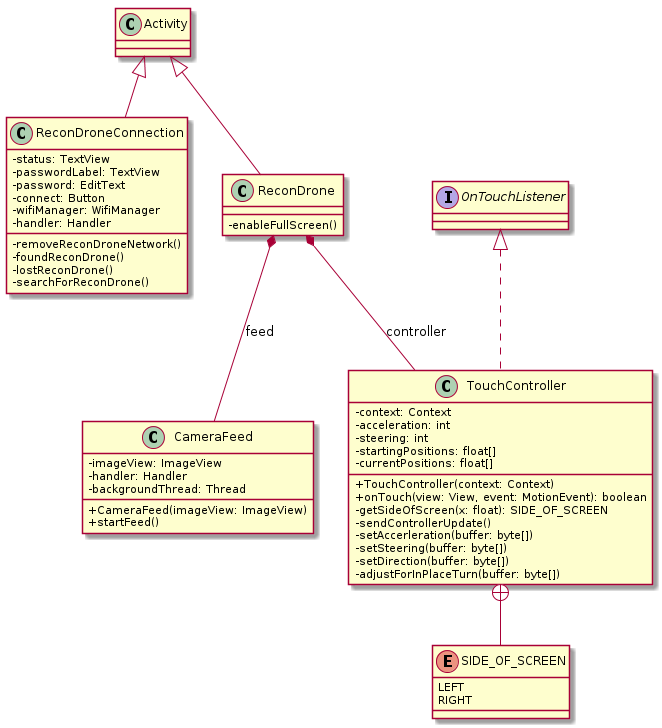
Before: doc/imgs/diagram-classes.png, a diagram exported from PlantUML (MHaselmaier/modular-recon-drone).
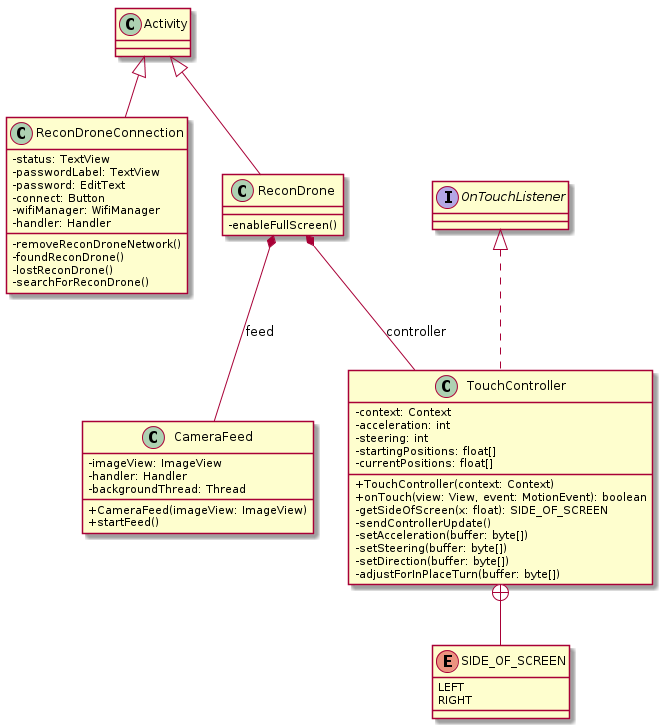
After the change.

Change to the diagram source:
```diff
@@ -25,7 +25,7 @@
     + onTouch(view: View, event: MotionEvent): boolean
     - getSideOfScreen(x: float): SIDE_OF_SCREEN
     - sendControllerUpdate()
-    - setAccerleration(buffer: byte[])
+    - setAcceleration(buffer: byte[])
     - setSteering(buffer: byte[])
     - setDirection(buffer: byte[])
     - adjustForInPlaceTurn(buffer: byte[])
```
